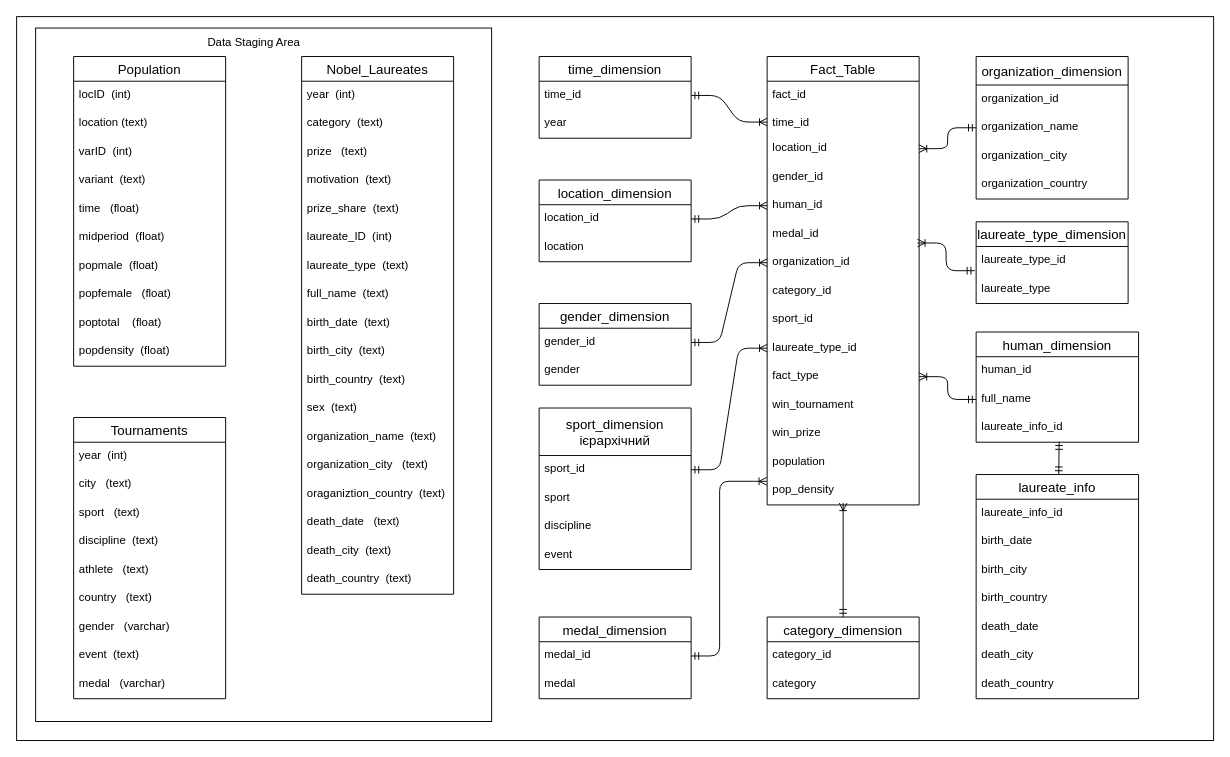
Earlier version of the draw.io diagram lab_1/diagram/diagram.drawio (ChuyOleg/Data_Analysis). Source tidied: cells renumbered, new cells numbered last; positions are measured from the earlier drawing's top-left corner, leaving out a move shared by most shapes. Both pictures are drawn from the tidied source at 95%, with x=0, y=0 at pixel (16, 16).
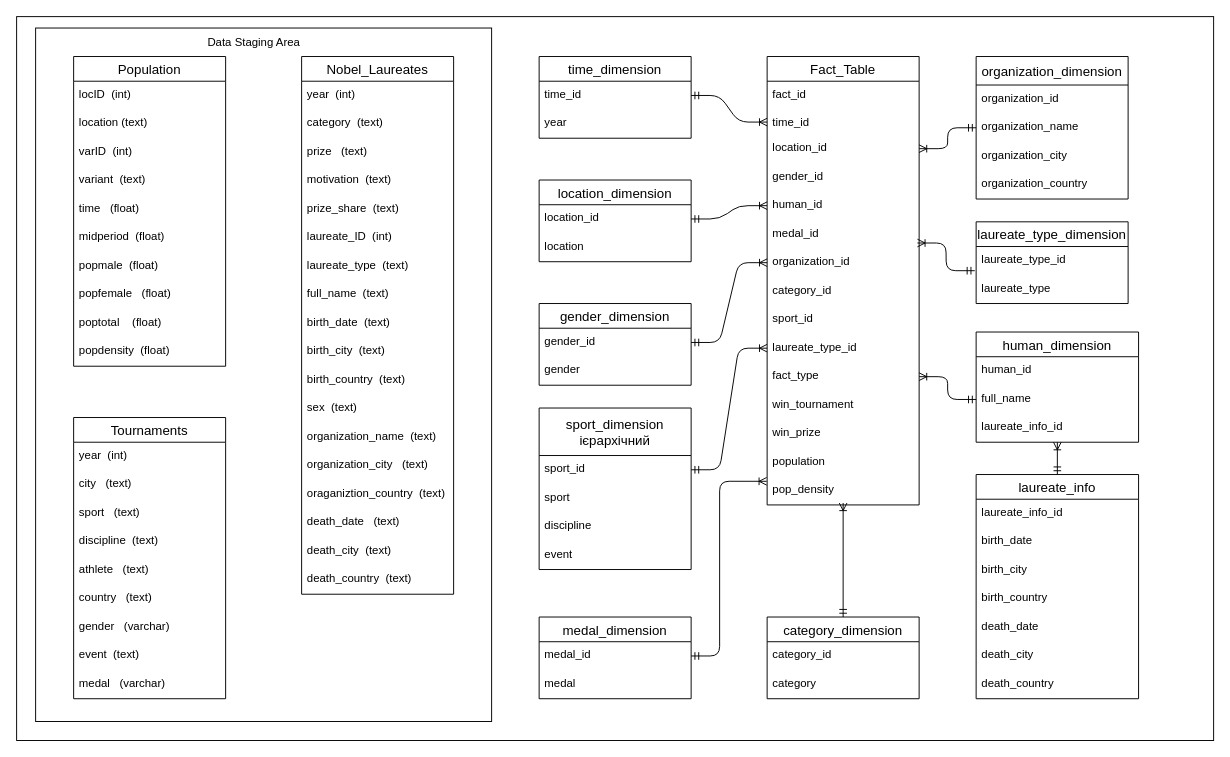
After the change.

Commit message (it also covers changes not shown here):
have updated diagram and loaded human dimension. Need refactoring for loading

The change refers to these unchanged cells:
```xml
<mxCell id="56" value="laureate_info_id" style="text;strokeColor=none;fillColor=none;spacingLeft=4;spacingRight=4;overflow=hidden;points=[[0,0.5],[1,0.5]];portConstraint=eastwest;fontSize=12;" parent="53" vertex="1">
  <mxGeometry y="86" width="171" height="30" as="geometry" />
</mxCell>
<mxCell id="76" value="laureate_info" style="swimlane;fontStyle=0;horizontal=1;startSize=26;align=center;fontSize=14;" parent="1" vertex="1">
  <mxGeometry x="1010" y="482" width="171" height="236" as="geometry" />
</mxCell>
```

Diff of the diagram source:
```diff
@@
-    <mxCell id="110" style="fontSize=12;html=1;endArrow=ERmandOne;startArrow=ERmandOne;entryX=0.511;entryY=0.983;entryDx=0;entryDy=0;entryPerimeter=0;" parent="1" edge="1" source="76" target="56">
+    <mxCell id="110" style="fontSize=12;html=1;endArrow=ERoneToMany;startArrow=ERmandOne;exitX=0.5;exitY=0;exitDx=0;exitDy=0;" parent="1" edge="1" source="76" target="56">
       <mxGeometry relative="1" as="geometry" />
     </mxCell>
```
